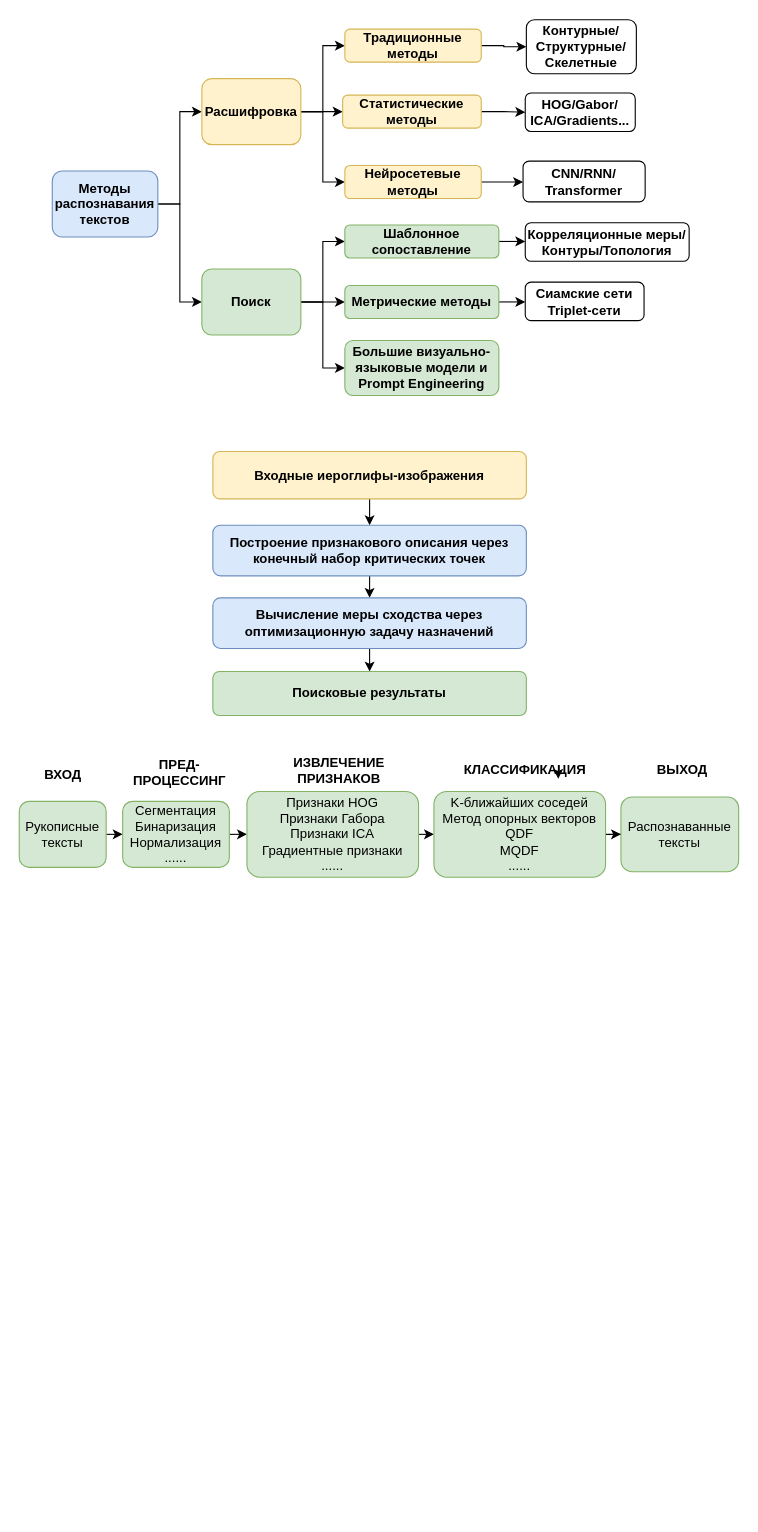
Above: images/pics.drawio in mmmiiinnnggg/dissertation (draw.io), before the change. Source tidied: cells renumbered, new cells numbered last; positions are measured from the earlier drawing's top-left corner, leaving out a move shared by most shapes. Both pictures are drawn from the tidied source at 110%, with x=0, y=0 at pixel (19, 19).
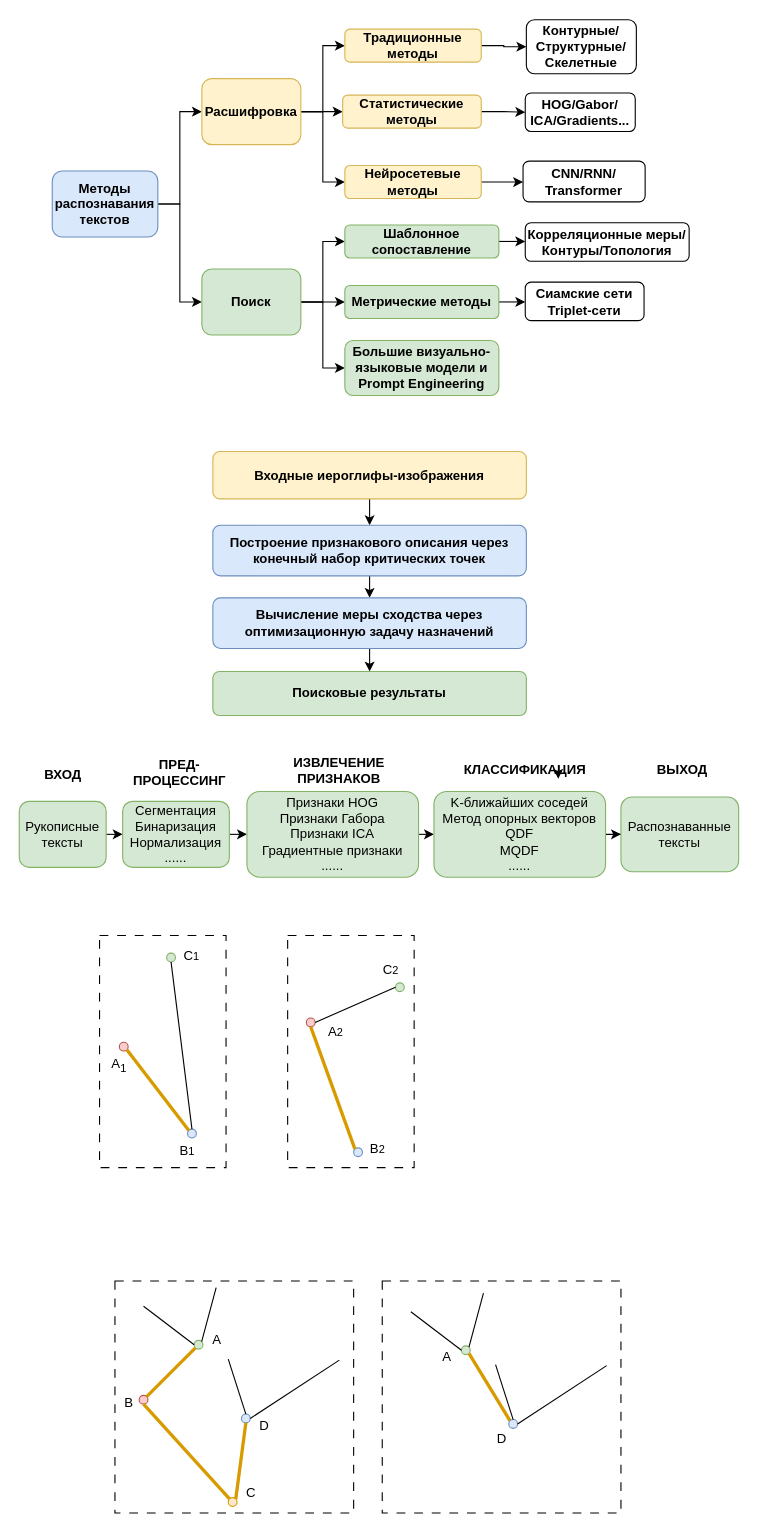
Above is the later version.

The edit, as a diff of the source:
```diff
@@
+    <mxCell id="51" style="rounded=0;whiteSpace=wrap;html=1;dashed=1;dashPattern=8 8;" parent="1" vertex="1">
+      <mxGeometry x="330" y="1147" width="217" height="211" as="geometry" />
+    </mxCell>
+    <mxCell id="52" style="rounded=0;whiteSpace=wrap;html=1;dashed=1;dashPattern=8 8;" parent="1" vertex="1">
+      <mxGeometry x="87" y="1147" width="217" height="211" as="geometry" />
+    </mxCell>
+    <mxCell id="53" style="rounded=0;whiteSpace=wrap;html=1;dashed=1;dashPattern=8 8;" parent="1" vertex="1">
+      <mxGeometry x="244" y="833" width="115" height="211" as="geometry" />
+    </mxCell>
+    <mxCell id="54" style="rounded=0;whiteSpace=wrap;html=1;dashed=1;dashPattern=8 8;" parent="1" vertex="1">
+      <mxGeometry x="73" y="833" width="115" height="211" as="geometry" />
+    </mxCell>
@@
+    <mxCell id="55" style="ellipse;whiteSpace=wrap;html=1;fillColor=#f8cecc;strokeColor=#b85450;" parent="1" vertex="1">
+      <mxGeometry x="91" y="930" width="8" height="8" as="geometry" />
+    </mxCell>
+    <mxCell id="56" style="ellipse;whiteSpace=wrap;html=1;fillColor=#f8cecc;strokeColor=#b85450;" parent="1" vertex="1">
+      <mxGeometry x="261" y="908" width="8" height="8" as="geometry" />
+    </mxCell>
+    <mxCell id="57" style="ellipse;whiteSpace=wrap;html=1;fillColor=#dae8fc;strokeColor=#6c8ebf;" parent="1" vertex="1">
+      <mxGeometry x="153" y="1009" width="8" height="8" as="geometry" />
+    </mxCell>
+    <mxCell id="58" style="ellipse;whiteSpace=wrap;html=1;fillColor=#dae8fc;strokeColor=#6c8ebf;" parent="1" vertex="1">
+      <mxGeometry x="304" y="1026" width="8" height="8" as="geometry" />
+    </mxCell>
+    <mxCell id="59" style="ellipse;whiteSpace=wrap;html=1;fillColor=#d5e8d4;strokeColor=#82b366;" parent="1" vertex="1">
+      <mxGeometry x="134" y="849" width="8" height="8" as="geometry" />
+    </mxCell>
+    <mxCell id="60" style="endArrow=none;html=1;rounded=0;entryX=1;entryY=1;entryDx=0;entryDy=0;exitX=0;exitY=0;exitDx=0;exitDy=0;strokeWidth=3;fillColor=#ffe6cc;strokeColor=#d79b00;" parent="1" edge="1" source="57" target="55">
+      <mxGeometry relative="1" as="geometry" />
+    </mxCell>
+    <mxCell id="61" style="endArrow=none;html=1;rounded=0;entryX=0.5;entryY=1;entryDx=0;entryDy=0;exitX=0;exitY=0;exitDx=0;exitDy=0;strokeWidth=3;fillColor=#ffe6cc;strokeColor=#d79b00;" parent="1" edge="1" source="58" target="56">
+      <mxGeometry relative="1" as="geometry" />
+    </mxCell>
+    <mxCell id="62" style="ellipse;whiteSpace=wrap;html=1;fillColor=#d5e8d4;strokeColor=#82b366;" parent="1" vertex="1">
+      <mxGeometry x="342" y="876" width="8" height="8" as="geometry" />
+    </mxCell>
+    <mxCell id="63" style="endArrow=none;html=1;rounded=0;entryX=0.5;entryY=1;entryDx=0;entryDy=0;exitX=0.5;exitY=0;exitDx=0;exitDy=0;" parent="1" edge="1" source="57" target="59">
+      <mxGeometry relative="1" as="geometry" />
+    </mxCell>
+    <mxCell id="64" style="endArrow=none;html=1;rounded=0;entryX=0;entryY=0.5;entryDx=0;entryDy=0;exitX=1;exitY=0.5;exitDx=0;exitDy=0;" parent="1" edge="1" source="56" target="62">
+      <mxGeometry relative="1" as="geometry" />
+    </mxCell>
+    <mxCell id="65" value="A&lt;sub&gt;1&lt;/sub&gt;" style="text;html=1;whiteSpace=wrap;strokeColor=none;fillColor=none;align=center;verticalAlign=middle;rounded=0;" parent="1" vertex="1">
+      <mxGeometry x="61" y="936" width="60" height="30" as="geometry" />
+    </mxCell>
+    <mxCell id="66" value="&lt;sub&gt;&lt;span style=&quot;font-size: 12px;&quot;&gt;B&lt;/span&gt;1&lt;/sub&gt;" style="text;html=1;whiteSpace=wrap;strokeColor=none;fillColor=none;align=center;verticalAlign=middle;rounded=0;" parent="1" vertex="1">
+      <mxGeometry x="123" y="1012" width="60" height="30" as="geometry" />
+    </mxCell>
+    <mxCell id="67" value="&lt;sub&gt;&lt;span style=&quot;font-size: 12px;&quot;&gt;C&lt;/span&gt;1&lt;/sub&gt;" style="text;html=1;whiteSpace=wrap;strokeColor=none;fillColor=none;align=center;verticalAlign=middle;rounded=0;" parent="1" vertex="1">
+      <mxGeometry x="127" y="835" width="60" height="30" as="geometry" />
+    </mxCell>
+    <mxCell id="68" value="A&lt;span style=&quot;font-size: 10px;&quot;&gt;2&lt;/span&gt;" style="text;html=1;whiteSpace=wrap;strokeColor=none;fillColor=none;align=center;verticalAlign=middle;rounded=0;" parent="1" vertex="1">
+      <mxGeometry x="258" y="906" width="60" height="30" as="geometry" />
+    </mxCell>
+    <mxCell id="69" value="B&lt;span style=&quot;font-size: 10px;&quot;&gt;2&lt;/span&gt;" style="text;html=1;whiteSpace=wrap;strokeColor=none;fillColor=none;align=center;verticalAlign=middle;rounded=0;" parent="1" vertex="1">
+      <mxGeometry x="296" y="1012" width="60" height="30" as="geometry" />
+    </mxCell>
+    <mxCell id="70" value="C&lt;span style=&quot;font-size: 10px; background-color: transparent; color: light-dark(rgb(0, 0, 0), rgb(255, 255, 255));&quot;&gt;2&lt;/span&gt;" style="text;html=1;whiteSpace=wrap;strokeColor=none;fillColor=none;align=center;verticalAlign=middle;rounded=0;" parent="1" vertex="1">
+      <mxGeometry x="308" y="849" width="60" height="30" as="geometry" />
+    </mxCell>
+    <mxCell id="71" style="ellipse;whiteSpace=wrap;html=1;fillColor=#f8cecc;strokeColor=#b85450;" parent="1" vertex="1">
+      <mxGeometry x="109" y="1251" width="8" height="8" as="geometry" />
+    </mxCell>
+    <mxCell id="72" style="ellipse;whiteSpace=wrap;html=1;fillColor=#ffe6cc;strokeColor=#d79b00;" parent="1" vertex="1">
+      <mxGeometry x="190" y="1344" width="8" height="8" as="geometry" />
+    </mxCell>
+    <mxCell id="73" style="endArrow=none;html=1;rounded=0;entryX=0.5;entryY=1;entryDx=0;entryDy=0;exitX=0;exitY=0;exitDx=0;exitDy=0;strokeWidth=3;fillColor=#ffe6cc;strokeColor=#d79b00;" parent="1" edge="1" source="72" target="71">
+      <mxGeometry relative="1" as="geometry" />
+    </mxCell>
+    <mxCell id="74" style="ellipse;whiteSpace=wrap;html=1;fillColor=#d5e8d4;strokeColor=#82b366;" parent="1" vertex="1">
+      <mxGeometry x="159" y="1201" width="8" height="8" as="geometry" />
+    </mxCell>
+    <mxCell id="75" style="endArrow=none;html=1;rounded=0;entryX=0;entryY=1;entryDx=0;entryDy=0;exitX=1;exitY=0;exitDx=0;exitDy=0;fillColor=#ffe6cc;strokeColor=#d79b00;strokeWidth=3;" parent="1" edge="1" source="71" target="74">
+      <mxGeometry relative="1" as="geometry" />
+    </mxCell>
+    <mxCell id="76" style="ellipse;whiteSpace=wrap;html=1;fillColor=#dae8fc;strokeColor=#6c8ebf;" parent="1" vertex="1">
+      <mxGeometry x="202" y="1268" width="8" height="8" as="geometry" />
+    </mxCell>
+    <mxCell id="77" style="endArrow=none;html=1;rounded=0;entryX=0.5;entryY=1;entryDx=0;entryDy=0;exitX=1;exitY=0;exitDx=0;exitDy=0;fillColor=#ffe6cc;strokeColor=#d79b00;strokeWidth=3;" parent="1" edge="1" source="72" target="76">
+      <mxGeometry relative="1" as="geometry" />
+    </mxCell>
+    <mxCell id="78" style="endArrow=none;html=1;rounded=0;exitX=1;exitY=0;exitDx=0;exitDy=0;" parent="1" edge="1" source="74">
+      <mxGeometry relative="1" as="geometry">
+        <mxPoint x="179" y="1153" as="targetPoint" />
+      </mxGeometry>
+    </mxCell>
+    <mxCell id="79" style="endArrow=none;html=1;rounded=0;exitX=0;exitY=0.5;exitDx=0;exitDy=0;" parent="1" edge="1" source="74">
+      <mxGeometry relative="1" as="geometry">
+        <mxPoint x="113" y="1170" as="targetPoint" />
+      </mxGeometry>
+    </mxCell>
+    <mxCell id="80" style="endArrow=none;html=1;rounded=0;exitX=0.5;exitY=0;exitDx=0;exitDy=0;" parent="1" edge="1" source="76">
+      <mxGeometry relative="1" as="geometry">
+        <mxPoint x="190" y="1218" as="targetPoint" />
+      </mxGeometry>
+    </mxCell>
+    <mxCell id="81" style="endArrow=none;html=1;rounded=0;exitX=1;exitY=0.5;exitDx=0;exitDy=0;" parent="1" edge="1" source="76">
+      <mxGeometry relative="1" as="geometry">
+        <mxPoint x="291" y="1219" as="targetPoint" />
+      </mxGeometry>
+    </mxCell>
+    <mxCell id="82" style="ellipse;whiteSpace=wrap;html=1;fillColor=#d5e8d4;strokeColor=#82b366;" parent="1" vertex="1">
+      <mxGeometry x="402" y="1206" width="8" height="8" as="geometry" />
+    </mxCell>
+    <mxCell id="83" style="endArrow=none;html=1;rounded=0;entryX=1;entryY=1;entryDx=0;entryDy=0;exitX=0;exitY=0;exitDx=0;exitDy=0;fillColor=#ffe6cc;strokeColor=#d79b00;strokeWidth=3;" parent="1" edge="1" source="84" target="82">
+      <mxGeometry relative="1" as="geometry" />
+    </mxCell>
+    <mxCell id="84" style="ellipse;whiteSpace=wrap;html=1;fillColor=#dae8fc;strokeColor=#6c8ebf;" parent="1" vertex="1">
+      <mxGeometry x="445" y="1273" width="8" height="8" as="geometry" />
+    </mxCell>
+    <mxCell id="85" style="endArrow=none;html=1;rounded=0;exitX=1;exitY=0;exitDx=0;exitDy=0;" parent="1" edge="1" source="82">
+      <mxGeometry relative="1" as="geometry">
+        <mxPoint x="422" y="1158" as="targetPoint" />
+      </mxGeometry>
+    </mxCell>
+    <mxCell id="86" style="endArrow=none;html=1;rounded=0;exitX=0;exitY=0.5;exitDx=0;exitDy=0;" parent="1" edge="1" source="82">
+      <mxGeometry relative="1" as="geometry">
+        <mxPoint x="356" y="1175" as="targetPoint" />
+      </mxGeometry>
+    </mxCell>
+    <mxCell id="87" style="endArrow=none;html=1;rounded=0;exitX=0.5;exitY=0;exitDx=0;exitDy=0;" parent="1" edge="1" source="84">
+      <mxGeometry relative="1" as="geometry">
+        <mxPoint x="433" y="1223" as="targetPoint" />
+      </mxGeometry>
+    </mxCell>
+    <mxCell id="88" style="endArrow=none;html=1;rounded=0;exitX=1;exitY=0.5;exitDx=0;exitDy=0;" parent="1" edge="1" source="84">
+      <mxGeometry relative="1" as="geometry">
+        <mxPoint x="534" y="1224" as="targetPoint" />
+      </mxGeometry>
+    </mxCell>
+    <mxCell id="89" value="A" style="text;html=1;whiteSpace=wrap;strokeColor=none;fillColor=none;align=center;verticalAlign=middle;rounded=0;" parent="1" vertex="1">
+      <mxGeometry x="150" y="1186" width="60" height="30" as="geometry" />
+    </mxCell>
+    <mxCell id="90" value="B" style="text;html=1;whiteSpace=wrap;strokeColor=none;fillColor=none;align=center;verticalAlign=middle;rounded=0;" parent="1" vertex="1">
+      <mxGeometry x="69.5" y="1243" width="60" height="30" as="geometry" />
+    </mxCell>
+    <mxCell id="91" value="C" style="text;html=1;whiteSpace=wrap;strokeColor=none;fillColor=none;align=center;verticalAlign=middle;rounded=0;" parent="1" vertex="1">
+      <mxGeometry x="181" y="1325" width="60" height="30" as="geometry" />
+    </mxCell>
+    <mxCell id="92" value="D" style="text;html=1;whiteSpace=wrap;strokeColor=none;fillColor=none;align=center;verticalAlign=middle;rounded=0;" parent="1" vertex="1">
+      <mxGeometry x="193" y="1264" width="60" height="30" as="geometry" />
+    </mxCell>
+    <mxCell id="93" value="A" style="text;html=1;whiteSpace=wrap;strokeColor=none;fillColor=none;align=center;verticalAlign=middle;rounded=0;" parent="1" vertex="1">
+      <mxGeometry x="359" y="1201" width="60" height="30" as="geometry" />
+    </mxCell>
+    <mxCell id="94" value="D" style="text;html=1;whiteSpace=wrap;strokeColor=none;fillColor=none;align=center;verticalAlign=middle;rounded=0;" parent="1" vertex="1">
+      <mxGeometry x="408.5" y="1276" width="60" height="30" as="geometry" />
+    </mxCell>
```
